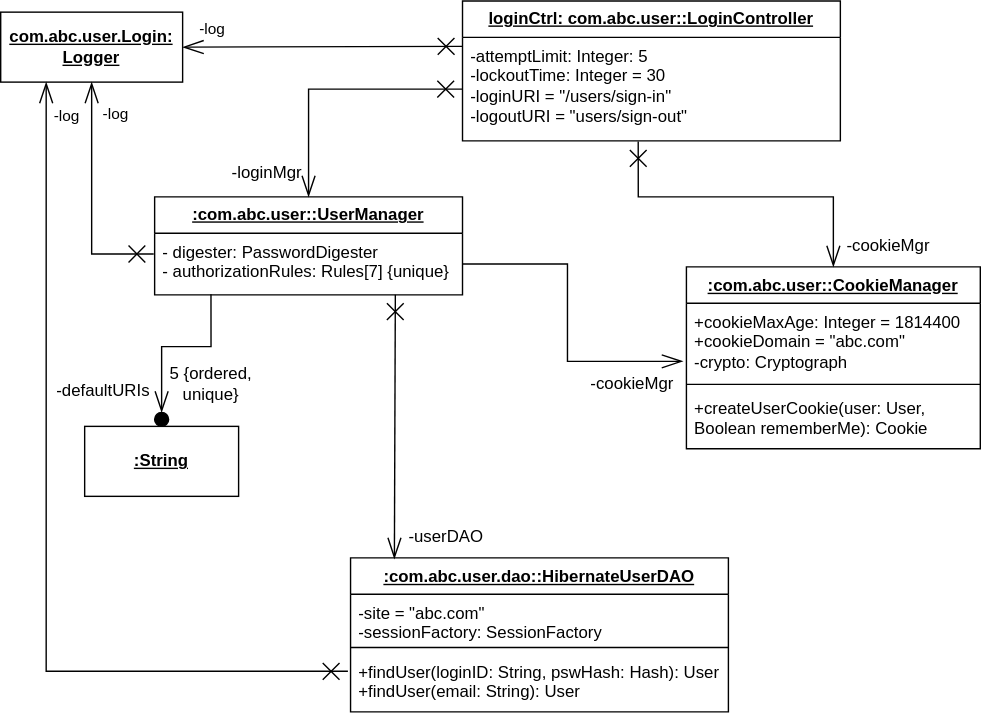
Before: Object Diagram.drawio.svg, a diagram exported from draw.io (ntmly/ThuchanhphattrienhethongTTNT). Source tidied: cells renumbered, new cells last; positions are measured from the earlier drawing's top-left corner, leaving out a move shared by most shapes.
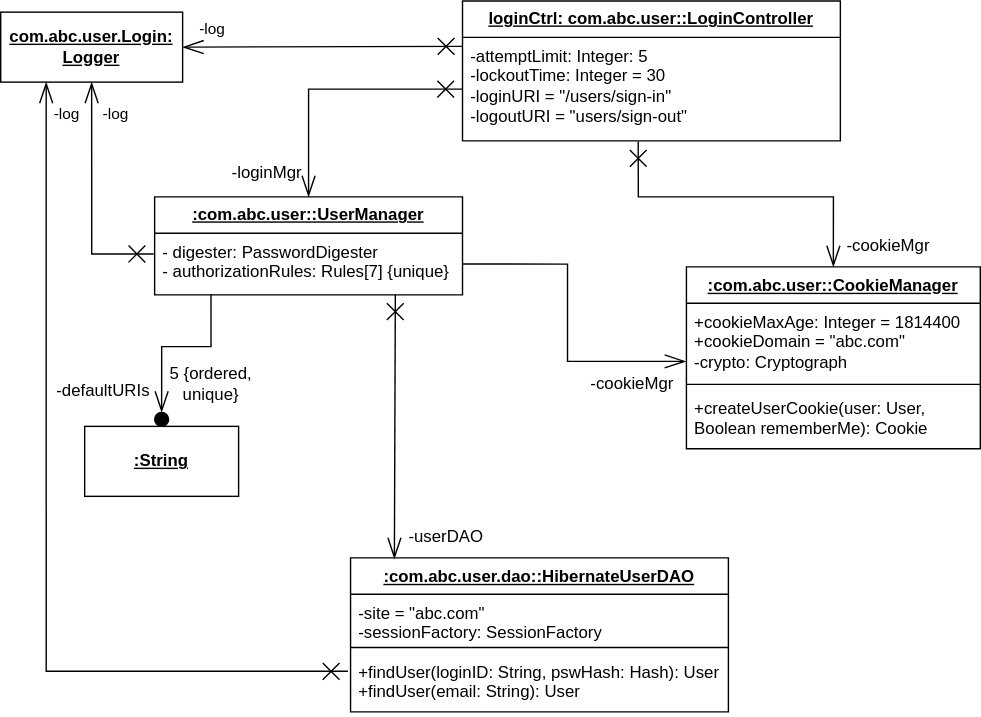
Later version of the same file.

Commit message:
Cập nhật Object Diagram.drawio.svg

Change to the diagram source:
```diff
@@ -56,7 +56,7 @@
     </mxCell>
     <mxCell id="18" value="-log" style="edgeLabel;html=1;align=center;verticalAlign=middle;" parent="15" vertex="1">
       <mxGeometry x="-0.46" relative="1" as="geometry">
-        <mxPoint x="-230" y="49" as="offset" />
+        <mxPoint x="-230" y="48" as="offset" />
       </mxGeometry>
     </mxCell>
     <mxCell id="19" value="-attemptLimit: Integer: 5&lt;div&gt;-lockoutTime: Integer = 30&lt;/div&gt;&lt;div&gt;-loginURI = &quot;/users/sign-in&quot;&lt;/div&gt;&lt;div&gt;-logoutURI = &quot;users/sign-out&quot;&lt;/div&gt;" style="text;strokeColor=none;fillColor=none;align=left;verticalAlign=top;spacingLeft=4;spacingRight=4;overflow=hidden;points=[[0,0.5],[1,0.5]];portConstraint=eastwest;whiteSpace=wrap;html=1;" parent="1" vertex="1">
@@ -94,7 +94,7 @@
     <mxCell id="29" value="-userDAO" style="text;html=1;align=center;verticalAlign=middle;strokeColor=none;fillColor=none;" parent="1" vertex="1">
       <mxGeometry x="278" y="368" width="80" height="30" as="geometry" />
     </mxCell>
-    <mxCell id="30" style="rounded=0;jettySize=auto;html=1;entryX=-0.012;entryY=0.769;entryDx=0;entryDy=0;endArrow=openThin;endFill=0;endSize=13;startArrow=none;startFill=0;startSize=10;entryPerimeter=0;exitX=1;exitY=0.5;exitDx=0;exitDy=0;edgeStyle=orthogonalEdgeStyle;" parent="1" edge="1" source="5" target="12">
+    <mxCell id="30" style="rounded=0;jettySize=auto;html=1;entryX=-0.002;entryY=0.77;entryDx=0;entryDy=0;endArrow=openThin;endFill=0;endSize=13;startArrow=none;startFill=0;startSize=10;entryPerimeter=0;exitX=1;exitY=0.5;exitDx=0;exitDy=0;edgeStyle=orthogonalEdgeStyle;" parent="1" edge="1" source="5" target="12">
       <mxGeometry relative="1" as="geometry" />
     </mxCell>
     <mxCell id="31" value="-cookieMgr" style="text;html=1;align=center;verticalAlign=middle;strokeColor=none;fillColor=none;" parent="1" vertex="1">
```
